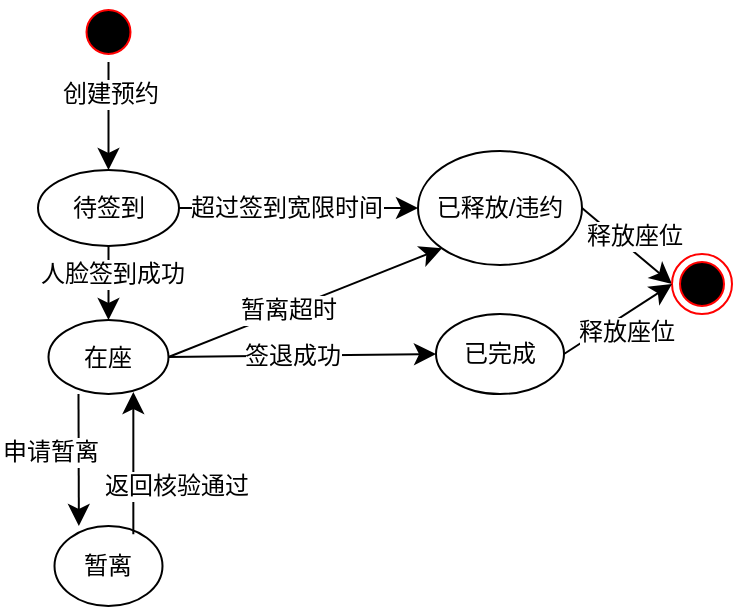
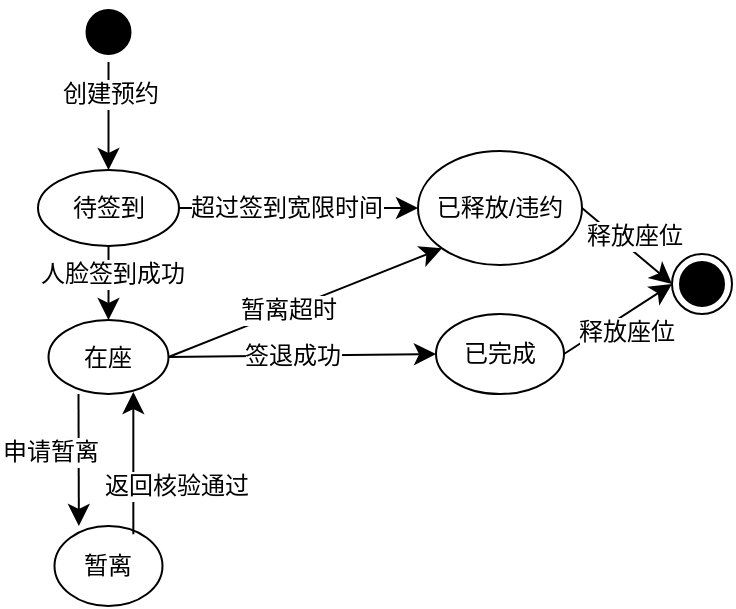
<mxfile host="app.diagrams.net">
  <diagram name="Page-1" id="R_qFgNZ_0z-VYqzUTVwr">
    <mxGraphModel dx="961" dy="1083" grid="0" gridSize="10" guides="1" tooltips="1" connect="1" arrows="1" fold="1" page="0" pageScale="1" pageWidth="827" pageHeight="1169" math="0" shadow="0">
      <root>
        <mxCell id="0" />
        <mxCell id="1" parent="0" />
        <mxCell id="Nq35XBhJf9lEH7dV8HiH-9" edge="1" parent="1" source="Nq35XBhJf9lEH7dV8HiH-1" style="edgeStyle=none;curved=1;rounded=0;orthogonalLoop=1;jettySize=auto;html=1;exitX=0.5;exitY=1;exitDx=0;exitDy=0;entryX=0.5;entryY=0;entryDx=0;entryDy=0;fontSize=12;startSize=8;endSize=8;" target="Nq35XBhJf9lEH7dV8HiH-3">
          <mxGeometry relative="1" as="geometry" />
        </mxCell>
        <mxCell id="Nq35XBhJf9lEH7dV8HiH-11" connectable="0" parent="Nq35XBhJf9lEH7dV8HiH-9" style="edgeLabel;html=1;align=center;verticalAlign=middle;resizable=0;points=[];fontSize=12;" value="创建预约" vertex="1">
          <mxGeometry relative="1" x="-0.4039" as="geometry">
            <mxPoint as="offset" />
          </mxGeometry>
        </mxCell>
-         <mxCell id="Nq35XBhJf9lEH7dV8HiH-1" parent="1" style="ellipse;html=1;shape=startState;fillColor=#000000;strokeColor=#ff0000;" value="" vertex="1">
+         <mxCell id="Nq35XBhJf9lEH7dV8HiH-1" parent="1" style="ellipse;html=1;shape=startState;fillColor=#000000;strokeColor=#000000;" value="" vertex="1">
          <mxGeometry height="30" width="30" x="151.25" y="-197" as="geometry" />
        </mxCell>
        <mxCell id="Nq35XBhJf9lEH7dV8HiH-12" edge="1" parent="1" source="Nq35XBhJf9lEH7dV8HiH-3" style="edgeStyle=none;curved=1;rounded=0;orthogonalLoop=1;jettySize=auto;html=1;exitX=0.5;exitY=1;exitDx=0;exitDy=0;fontSize=12;startSize=8;endSize=8;" target="Nq35XBhJf9lEH7dV8HiH-4">
          <mxGeometry relative="1" as="geometry" />
        </mxCell>
        <mxCell id="Nq35XBhJf9lEH7dV8HiH-13" connectable="0" parent="Nq35XBhJf9lEH7dV8HiH-12" style="edgeLabel;html=1;align=center;verticalAlign=middle;resizable=0;points=[];fontSize=12;" value="人脸签到成功" vertex="1">
          <mxGeometry relative="1" x="-0.2679" y="1" as="geometry">
            <mxPoint as="offset" />
          </mxGeometry>
        </mxCell>
        <mxCell id="Nq35XBhJf9lEH7dV8HiH-14" edge="1" parent="1" source="Nq35XBhJf9lEH7dV8HiH-3" style="edgeStyle=none;curved=1;rounded=0;orthogonalLoop=1;jettySize=auto;html=1;exitX=1;exitY=0.5;exitDx=0;exitDy=0;fontSize=12;startSize=8;endSize=8;" target="Nq35XBhJf9lEH7dV8HiH-7">
          <mxGeometry relative="1" as="geometry" />
        </mxCell>
        <mxCell id="Nq35XBhJf9lEH7dV8HiH-15" connectable="0" parent="Nq35XBhJf9lEH7dV8HiH-14" style="edgeLabel;html=1;align=center;verticalAlign=middle;resizable=0;points=[];fontSize=12;" value="超过签到宽限时间" vertex="1">
          <mxGeometry relative="1" x="-0.3098" y="1" as="geometry">
            <mxPoint x="12" y="1" as="offset" />
          </mxGeometry>
        </mxCell>
        <mxCell id="Nq35XBhJf9lEH7dV8HiH-3" parent="1" style="ellipse;whiteSpace=wrap;html=1;" value="待签到" vertex="1">
          <mxGeometry height="38" width="70.5" x="131" y="-113" as="geometry" />
        </mxCell>
        <mxCell id="Nq35XBhJf9lEH7dV8HiH-16" edge="1" parent="1" style="edgeStyle=none;curved=1;rounded=0;orthogonalLoop=1;jettySize=auto;html=1;entryX=0.5;entryY=0;entryDx=0;entryDy=0;fontSize=12;startSize=8;endSize=8;">
          <mxGeometry relative="1" as="geometry">
            <mxPoint x="151.24683509723633" y="-1.000344820863802" as="sourcePoint" />
            <mxPoint x="151.43" y="65" as="targetPoint" />
          </mxGeometry>
        </mxCell>
        <mxCell id="Nq35XBhJf9lEH7dV8HiH-17" connectable="0" parent="Nq35XBhJf9lEH7dV8HiH-16" style="edgeLabel;html=1;align=center;verticalAlign=middle;resizable=0;points=[];fontSize=12;" value="申请暂离" vertex="1">
          <mxGeometry relative="1" x="-0.147" y="1" as="geometry">
            <mxPoint x="-16" y="1" as="offset" />
          </mxGeometry>
        </mxCell>
        <mxCell id="Nq35XBhJf9lEH7dV8HiH-18" edge="1" parent="1" source="Nq35XBhJf9lEH7dV8HiH-4" style="edgeStyle=none;curved=1;rounded=0;orthogonalLoop=1;jettySize=auto;html=1;exitX=1;exitY=0.5;exitDx=0;exitDy=0;entryX=0;entryY=1;entryDx=0;entryDy=0;fontSize=12;startSize=8;endSize=8;" target="Nq35XBhJf9lEH7dV8HiH-7">
          <mxGeometry relative="1" as="geometry" />
        </mxCell>
        <mxCell id="Nq35XBhJf9lEH7dV8HiH-19" connectable="0" parent="Nq35XBhJf9lEH7dV8HiH-18" style="edgeLabel;html=1;align=center;verticalAlign=middle;resizable=0;points=[];fontSize=12;" value="暂离超时" vertex="1">
          <mxGeometry relative="1" x="-0.1282" as="geometry">
            <mxPoint as="offset" />
          </mxGeometry>
        </mxCell>
        <mxCell id="Nq35XBhJf9lEH7dV8HiH-20" edge="1" parent="1" source="Nq35XBhJf9lEH7dV8HiH-4" style="edgeStyle=none;curved=1;rounded=0;orthogonalLoop=1;jettySize=auto;html=1;exitX=1;exitY=0.5;exitDx=0;exitDy=0;entryX=0;entryY=0.5;entryDx=0;entryDy=0;fontSize=12;startSize=8;endSize=8;" target="Nq35XBhJf9lEH7dV8HiH-6">
          <mxGeometry relative="1" as="geometry" />
        </mxCell>
        <mxCell id="Nq35XBhJf9lEH7dV8HiH-21" connectable="0" parent="Nq35XBhJf9lEH7dV8HiH-20" style="edgeLabel;html=1;align=center;verticalAlign=middle;resizable=0;points=[];fontSize=12;" value="签退成功" vertex="1">
          <mxGeometry relative="1" x="-0.0832" as="geometry">
            <mxPoint as="offset" />
          </mxGeometry>
        </mxCell>
        <mxCell id="Nq35XBhJf9lEH7dV8HiH-4" parent="1" style="ellipse;whiteSpace=wrap;html=1;" value="在座" vertex="1">
          <mxGeometry height="37" width="60" x="136.25" y="-38" as="geometry" />
        </mxCell>
        <mxCell id="Nq35XBhJf9lEH7dV8HiH-5" parent="1" style="ellipse;whiteSpace=wrap;html=1;" value="暂离" vertex="1">
          <mxGeometry height="40" width="54" x="139.25" y="65" as="geometry" />
        </mxCell>
        <mxCell id="Nq35XBhJf9lEH7dV8HiH-6" parent="1" style="ellipse;whiteSpace=wrap;html=1;" value="已完成" vertex="1">
          <mxGeometry height="40" width="64" x="330" y="-41" as="geometry" />
        </mxCell>
        <mxCell id="Nq35XBhJf9lEH7dV8HiH-22" edge="1" parent="1" source="Nq35XBhJf9lEH7dV8HiH-7" style="edgeStyle=none;curved=1;rounded=0;orthogonalLoop=1;jettySize=auto;html=1;exitX=1;exitY=0.5;exitDx=0;exitDy=0;entryX=0;entryY=0.5;entryDx=0;entryDy=0;fontSize=12;startSize=8;endSize=8;" target="Nq35XBhJf9lEH7dV8HiH-8">
          <mxGeometry relative="1" as="geometry" />
        </mxCell>
        <mxCell id="Nq35XBhJf9lEH7dV8HiH-24" connectable="0" parent="Nq35XBhJf9lEH7dV8HiH-22" style="edgeLabel;html=1;align=center;verticalAlign=middle;resizable=0;points=[];fontSize=12;" value="释放座位" vertex="1">
          <mxGeometry relative="1" x="-0.3905" y="-1" as="geometry">
            <mxPoint x="13" y="1" as="offset" />
          </mxGeometry>
        </mxCell>
        <mxCell id="Nq35XBhJf9lEH7dV8HiH-7" parent="1" style="ellipse;whiteSpace=wrap;html=1;" value="已释放/违约" vertex="1">
          <mxGeometry height="57" width="82" x="321" y="-122.5" as="geometry" />
        </mxCell>
-         <mxCell id="Nq35XBhJf9lEH7dV8HiH-8" parent="1" style="ellipse;html=1;shape=endState;fillColor=#000000;strokeColor=#ff0000;" value="" vertex="1">
+         <mxCell id="Nq35XBhJf9lEH7dV8HiH-8" parent="1" style="ellipse;html=1;shape=endState;fillColor=#000000;strokeColor=#000000;" value="" vertex="1">
          <mxGeometry height="30" width="30" x="448" y="-71" as="geometry" />
        </mxCell>
        <mxCell id="Nq35XBhJf9lEH7dV8HiH-23" edge="1" parent="1" source="Nq35XBhJf9lEH7dV8HiH-6" style="edgeStyle=none;curved=1;rounded=0;orthogonalLoop=1;jettySize=auto;html=1;exitX=1;exitY=0.5;exitDx=0;exitDy=0;fontSize=12;startSize=8;endSize=8;entryX=0;entryY=0.5;entryDx=0;entryDy=0;" target="Nq35XBhJf9lEH7dV8HiH-8">
          <mxGeometry relative="1" as="geometry">
            <mxPoint x="436" y="-27" as="targetPoint" />
          </mxGeometry>
        </mxCell>
        <mxCell id="Nq35XBhJf9lEH7dV8HiH-25" connectable="0" parent="Nq35XBhJf9lEH7dV8HiH-23" style="edgeLabel;html=1;align=center;verticalAlign=middle;resizable=0;points=[];fontSize=12;" value="释放座位" vertex="1">
          <mxGeometry relative="1" x="-0.1745" y="-1" as="geometry">
            <mxPoint x="8" y="2" as="offset" />
          </mxGeometry>
        </mxCell>
        <mxCell id="Nq35XBhJf9lEH7dV8HiH-27" edge="1" parent="1" source="Nq35XBhJf9lEH7dV8HiH-5" style="rounded=0;orthogonalLoop=1;jettySize=auto;html=1;entryX=0.707;entryY=0.973;entryDx=0;entryDy=0;fontSize=12;startSize=8;endSize=8;exitX=0.73;exitY=0.103;exitDx=0;exitDy=0;entryPerimeter=0;exitPerimeter=0;" target="Nq35XBhJf9lEH7dV8HiH-4">
          <mxGeometry relative="1" as="geometry">
            <mxPoint x="185.58293399464935" y="70.77029950401311" as="sourcePoint" />
            <mxPoint x="181.25" y="-3.6639999999999873" as="targetPoint" />
          </mxGeometry>
        </mxCell>
        <mxCell id="Nq35XBhJf9lEH7dV8HiH-28" connectable="0" parent="Nq35XBhJf9lEH7dV8HiH-27" style="edgeLabel;html=1;align=center;verticalAlign=middle;resizable=0;points=[];fontSize=12;" value="返回核验通过" vertex="1">
          <mxGeometry relative="1" x="0.0001" y="-3" as="geometry">
            <mxPoint x="18" y="11" as="offset" />
          </mxGeometry>
        </mxCell>
      </root>
    </mxGraphModel>
  </diagram>
</mxfile>
